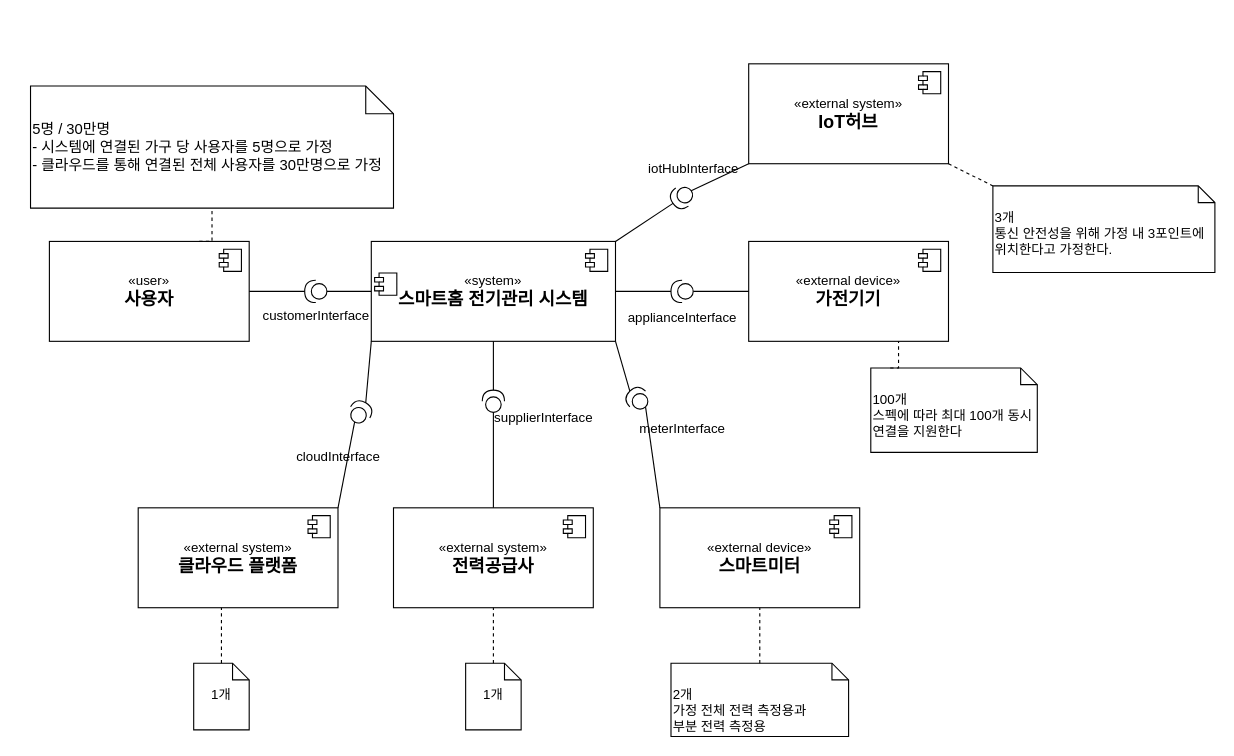
This is systemContext_interim.drawio from GeniusHoon/AssociateArchitect, a draw.io file, before an edit. Source tidied: cells renumbered, new cells numbered last; positions are measured from the earlier drawing's top-left corner, leaving out a move shared by most shapes. Both pictures are drawn from the tidied source at 111%, with x=0, y=0 at pixel (30, 63).
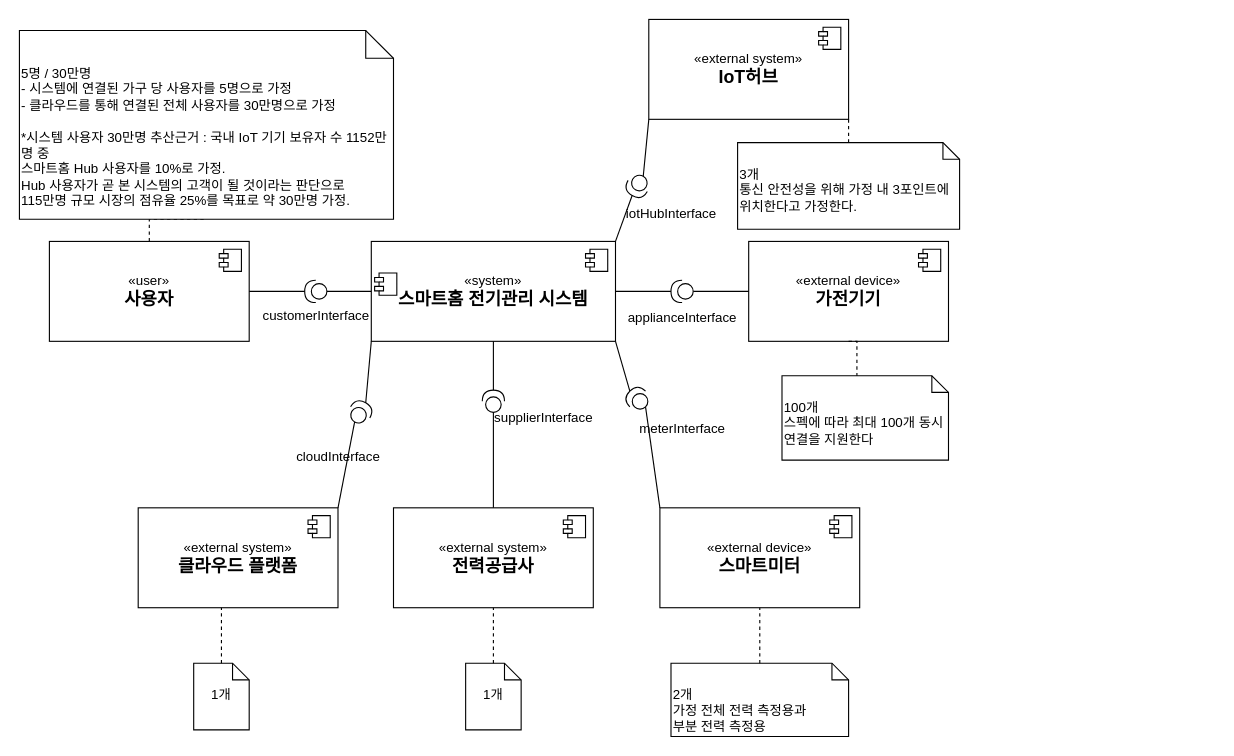
After the change.

Unchanged cells that the change refers to:
```xml
<mxCell id="2" value="«user»&lt;br&gt;&lt;b&gt;&lt;font style=&quot;font-size: 16px;&quot;&gt;사용자&lt;/font&gt;&lt;/b&gt;" style="html=1;whiteSpace=wrap;" parent="1" vertex="1">
  <mxGeometry x="17" y="160" width="180" height="90" as="geometry" />
</mxCell>
<mxCell id="4" value="«external device»&lt;br&gt;&lt;b&gt;&lt;font style=&quot;font-size: 16px;&quot;&gt;가전기기&lt;/font&gt;&lt;/b&gt;" style="html=1;whiteSpace=wrap;" parent="1" vertex="1">
  <mxGeometry x="647" y="160" width="180" height="90" as="geometry" />
</mxCell>
<mxCell id="6" value="«system»&lt;br&gt;&lt;span style=&quot;font-size: 16px;&quot;&gt;&lt;b&gt;스마트홈 전기관리 시스템&lt;/b&gt;&lt;/span&gt;" style="html=1;whiteSpace=wrap;" parent="1" vertex="1">
  <mxGeometry x="307" y="160" width="220" height="90" as="geometry" />
</mxCell>
```

Change to the diagram source:
```diff
@@
+    <mxCell id="53" style="edgeStyle=orthogonalEdgeStyle;rounded=0;jettySize=auto;html=1;exitX=0.5;exitY=0;exitDx=0;exitDy=0;entryX=0.5;entryY=1;entryDx=0;entryDy=0;entryPerimeter=0;endArrow=none;endFill=0;dashed=1;" parent="1" edge="1" source="2" target="52">
+      <mxGeometry relative="1" as="geometry" />
+    </mxCell>
@@
     <mxCell id="33" value="100개&lt;div&gt;스펙에 따라 최대 100개 동시 연결을 지원한다&lt;/div&gt;" style="shape=note2;boundedLbl=1;whiteSpace=wrap;html=1;size=15;verticalAlign=top;align=left;" parent="1" vertex="1">
-      <mxGeometry x="757" y="274" width="150" height="76" as="geometry" />
+      <mxGeometry x="677" y="281" width="150" height="76" as="geometry" />
     </mxCell>
-    <mxCell id="34" style="edgeStyle=orthogonalEdgeStyle;rounded=0;jettySize=auto;html=1;exitX=0;exitY=0;exitDx=17.5;exitDy=0;endArrow=none;endFill=0;dashed=1;entryX=0.75;entryY=1;entryDx=0;entryDy=0;exitPerimeter=0;" parent="1" edge="1" source="33" target="4">
-      <mxGeometry relative="1" as="geometry" />
-    </mxCell>
@@
     <mxCell id="43" value="«external system»&lt;br&gt;&lt;span style=&quot;font-size: 16px;&quot;&gt;&lt;b&gt;IoT허브&lt;/b&gt;&lt;/span&gt;" style="html=1;whiteSpace=wrap;" parent="1" vertex="1">
-      <mxGeometry x="647" width="180" height="90" as="geometry" />
+      <mxGeometry x="557" y="-40" width="180" height="90" as="geometry" />
     </mxCell>
@@
-    <mxCell id="45" style="rounded=0;jettySize=auto;html=1;exitX=1;exitY=0.5;exitDx=0;exitDy=0;exitPerimeter=0;endArrow=none;endFill=0;entryX=1;entryY=0;entryDx=0;entryDy=0;" parent="1" edge="1" source="47" target="6">
+    <mxCell id="45" style="rounded=0;jettySize=auto;html=1;endArrow=none;endFill=0;entryX=1;entryY=0;entryDx=0;entryDy=0;exitX=1;exitY=0.5;exitDx=0;exitDy=0;exitPerimeter=0;" parent="1" edge="1" source="47" target="6">
       <mxGeometry relative="1" as="geometry" />
     </mxCell>
@@
-    <mxCell id="47" style="shape=providedRequiredInterface;html=1;verticalLabelPosition=bottom;sketch=0;rotation=-215;" parent="1" vertex="1">
-      <mxGeometry x="577" y="110" width="20" height="20" as="geometry" />
+    <mxCell id="47" style="shape=providedRequiredInterface;html=1;verticalLabelPosition=bottom;sketch=0;rotation=120;" parent="1" vertex="1">
+      <mxGeometry x="537" y="100" width="20" height="20" as="geometry" />
     </mxCell>
     <mxCell id="48" value="iotHubInterface" style="text;html=1;align=center;verticalAlign=middle;strokeColor=none;fillColor=none;" parent="1" vertex="1">
-      <mxGeometry x="547" y="80" width="100" height="30" as="geometry" />
+      <mxGeometry x="527" y="120" width="100" height="30" as="geometry" />
     </mxCell>
     <mxCell id="49" value="3개&lt;div&gt;통신 안전성을 위해 가정 내 3포인트에 위치한다고 가정한다.&lt;/div&gt;" style="shape=note2;boundedLbl=1;whiteSpace=wrap;html=1;size=15;verticalAlign=top;align=left;" parent="1" vertex="1">
-      <mxGeometry x="867" y="110" width="200" height="78" as="geometry" />
+      <mxGeometry x="637" y="71" width="200" height="78" as="geometry" />
     </mxCell>
-    <mxCell id="50" style="rounded=0;jettySize=auto;html=1;exitX=1;exitY=1;exitDx=0;exitDy=0;entryX=0;entryY=0;entryDx=0;entryDy=0;entryPerimeter=0;endArrow=none;endFill=0;dashed=1;" parent="1" edge="1" source="43" target="49">
-      <mxGeometry relative="1" as="geometry" />
-    </mxCell>
@@
-    <mxCell id="52" value="&lt;span style=&quot;font-size: 13.3333px;&quot;&gt;5명 / 30만명&lt;/span&gt;&lt;div&gt;&lt;span style=&quot;font-size: 13.3333px;&quot;&gt;- 시스템에 연결된 가구 당 사용자를 5명으로&amp;nbsp;&lt;/span&gt;&lt;span style=&quot;font-size: 13.3333px; background-color: transparent; color: light-dark(rgb(0, 0, 0), rgb(255, 255, 255));&quot;&gt;가정&lt;/span&gt;&lt;/div&gt;&lt;div&gt;&lt;span style=&quot;font-size: 13.3333px; background-color: transparent; color: light-dark(rgb(0, 0, 0), rgb(255, 255, 255));&quot;&gt;- 클라우드를 통해 연결된 전체 사용자를&amp;nbsp;&lt;/span&gt;&lt;span style=&quot;background-color: transparent; color: light-dark(rgb(0, 0, 0), rgb(255, 255, 255)); font-size: 13.3333px;&quot;&gt;30만명으로 가정&lt;/span&gt;&lt;/div&gt;" style="shape=note2;boundedLbl=1;whiteSpace=wrap;html=1;size=25;verticalAlign=top;align=left;" parent="1" vertex="1">
-      <mxGeometry y="20" width="327" height="110" as="geometry" />
+    <mxCell id="52" value="5명 / 30만명&lt;br&gt;- 시스템에 연결된 가구 당 사용자를 5명으로 가정&lt;br&gt;- 클라우드를 통해 연결된 전체 사용자를 30만명으로 가정&lt;br&gt;&lt;br&gt;*시스템 사용자 30만명 추산근거 : 국내 IoT 기기 보유자 수 1152만명 중&lt;br&gt;스마트홈 Hub 사용자를 10%로 가정.&lt;br&gt;Hub 사용자가 곧 본 시스템의 고객이 될 것이라는 판단으로&lt;br&gt;115만명 규모 시장의 점유율 25%를 목표로 약 30만명 가정." style="shape=note2;boundedLbl=1;html=1;size=25;verticalAlign=top;align=left;spacing=2;whiteSpace=wrap;spacingBottom=0;fontSize=12;" parent="1" vertex="1">
+      <mxGeometry x="-10" y="-30" width="337" height="170" as="geometry" />
     </mxCell>
-    <mxCell id="53" style="edgeStyle=orthogonalEdgeStyle;rounded=0;jettySize=auto;html=1;exitX=0.75;exitY=0;exitDx=0;exitDy=0;entryX=0.5;entryY=1;entryDx=0;entryDy=0;entryPerimeter=0;dashed=1;endArrow=none;endFill=0;" parent="1" edge="1" source="2" target="52">
-      <mxGeometry relative="1" as="geometry" />
-    </mxCell>
+    <mxCell id="50" style="edgeStyle=orthogonalEdgeStyle;rounded=0;jettySize=auto;html=1;exitX=1;exitY=1;exitDx=0;exitDy=0;entryX=0.5;entryY=0;entryDx=0;entryDy=0;entryPerimeter=0;endArrow=none;endFill=0;dashed=1;" parent="1" edge="1" source="43" target="49">
+      <mxGeometry relative="1" as="geometry" />
+    </mxCell>
+    <mxCell id="54" style="edgeStyle=orthogonalEdgeStyle;rounded=0;jettySize=auto;html=1;exitX=0.5;exitY=1;exitDx=0;exitDy=0;entryX=0;entryY=0;entryDx=67.5;entryDy=0;entryPerimeter=0;dashed=1;endArrow=none;endFill=0;" parent="1" edge="1" source="4" target="33">
+      <mxGeometry relative="1" as="geometry" />
+    </mxCell>
```
